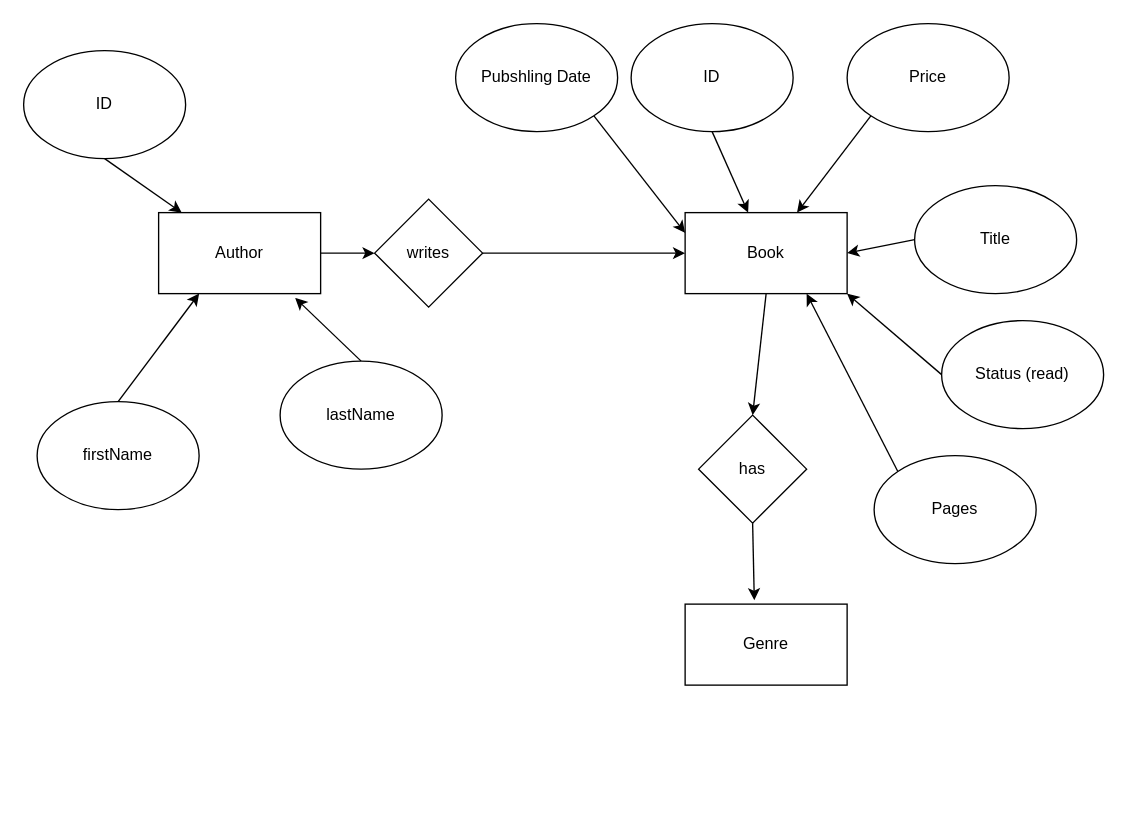
Arnaldo1990/Database-Development-Day-1 keeps this draw.io diagram as page "Page-2" (2 of 3) of homelibrary.drawio. Above is the earlier version. Source tidied: cells renumbered, new cells numbered last; positions are measured from the earlier drawing's top-left corner, leaving out a move shared by most shapes. Both pictures are drawn from the tidied source at 135%, with x=0, y=0 at pixel (23, 23).
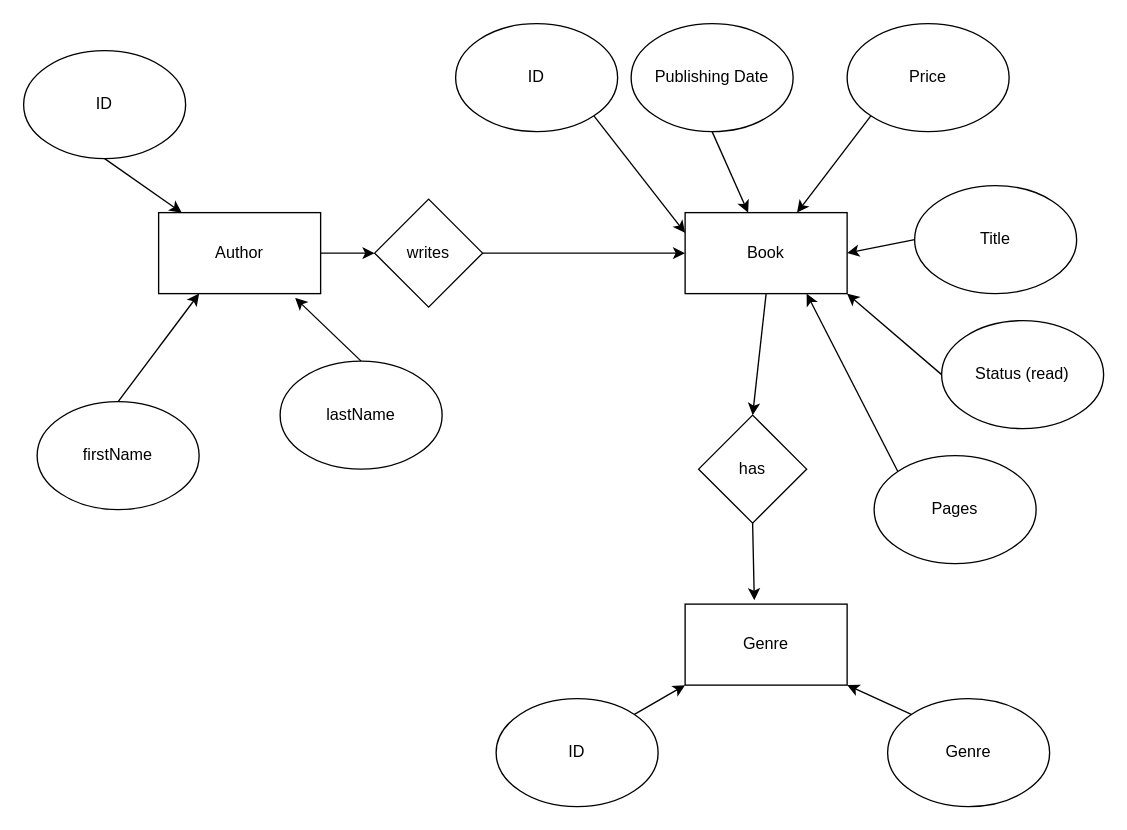
Above is the later version.

The change refers to these unchanged cells:
```xml
<mxCell id="6" value="Genre" style="rounded=0;whiteSpace=wrap;html=1;" parent="1" vertex="1">
  <mxGeometry x="490" y="430" width="120" height="60" as="geometry" />
</mxCell>
```

What changed in the source:
```diff
@@
-    <mxCell id="12" value="ID" style="ellipse;whiteSpace=wrap;html=1;" parent="1" vertex="1">
+    <mxCell id="12" value="Publishing Date" style="ellipse;whiteSpace=wrap;html=1;" parent="1" vertex="1">
       <mxGeometry x="450" width="120" height="80" as="geometry" />
     </mxCell>
@@
-    <mxCell id="28" value="Pubshling Date" style="ellipse;whiteSpace=wrap;html=1;" parent="1" vertex="1">
+    <mxCell id="28" value="ID" style="ellipse;whiteSpace=wrap;html=1;" parent="1" vertex="1">
       <mxGeometry x="320" width="120" height="80" as="geometry" />
     </mxCell>
+    <mxCell id="29" style="edgeStyle=none;html=1;exitX=1;exitY=0;exitDx=0;exitDy=0;entryX=0;entryY=1;entryDx=0;entryDy=0;" parent="1" edge="1" source="30" target="6">
+      <mxGeometry relative="1" as="geometry" />
+    </mxCell>
+    <mxCell id="30" value="ID" style="ellipse;whiteSpace=wrap;html=1;" parent="1" vertex="1">
+      <mxGeometry x="350" y="500" width="120" height="80" as="geometry" />
+    </mxCell>
+    <mxCell id="31" style="edgeStyle=none;html=1;exitX=0;exitY=0;exitDx=0;exitDy=0;entryX=1;entryY=1;entryDx=0;entryDy=0;" parent="1" edge="1" source="32" target="6">
+      <mxGeometry relative="1" as="geometry" />
+    </mxCell>
+    <mxCell id="32" value="Genre" style="ellipse;whiteSpace=wrap;html=1;" parent="1" vertex="1">
+      <mxGeometry x="640" y="500" width="120" height="80" as="geometry" />
+    </mxCell>
```
